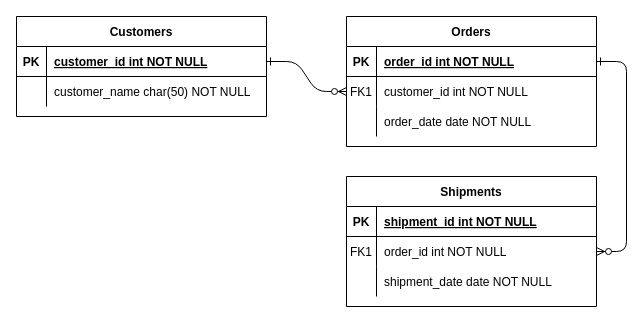
This is ERD2.drawio from bensolo12/Databases2, a draw.io file, before an edit. Source tidied: cells renumbered, new cells numbered last; positions are measured from the earlier drawing's top-left corner, leaving out a move shared by most shapes. Both pictures are drawn from the tidied source at 100%, with x=0, y=0 at pixel (16, 16).
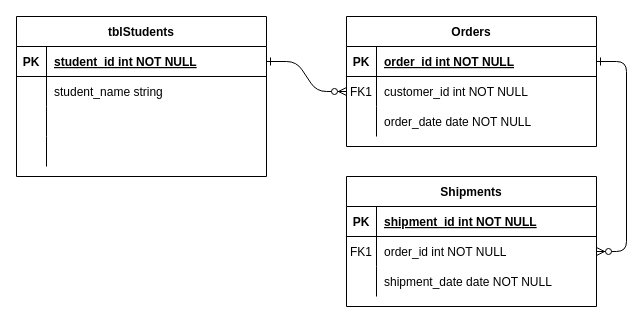
The same page after the edit.

Unchanged cells that the change refers to:
```xml
<mxCell id="25" style="shape=partialRectangle;fillColor=none;points=[[0,0.5],[1,0.5]];portConstraint=eastwest;top=0;left=0;right=0;bottom=1;" parent="24" vertex="1">
  <mxGeometry y="30" width="250" height="30" as="geometry" />
</mxCell>
<mxCell id="28" style="shape=partialRectangle;fillColor=none;top=0;left=0;right=0;bottom=0;" parent="24" vertex="1">
  <mxGeometry y="60" width="250" height="30" as="geometry" />
</mxCell>
```

The edit, as a diff of the source:
```diff
@@
-    <mxCell id="24" value="Customers" style="shape=table;startSize=30;childLayout=tableLayout;rowLines=0;fontStyle=1;align=center;" parent="1" vertex="1">
-      <mxGeometry width="250" height="100" as="geometry" />
+    <mxCell id="24" value="tblStudents" style="shape=table;startSize=30;childLayout=tableLayout;rowLines=0;fontStyle=1;align=center;" parent="1" vertex="1">
+      <mxGeometry width="250" height="160" as="geometry" />
     </mxCell>
@@
-    <mxCell id="27" value="customer_id int NOT NULL " style="shape=partialRectangle;overflow=hidden;fillColor=none;top=0;left=0;bottom=0;right=0;align=left;spacingLeft=6;fontStyle=5;" parent="25" vertex="1">
+    <mxCell id="27" value="student_id int NOT NULL " style="shape=partialRectangle;overflow=hidden;fillColor=none;top=0;left=0;bottom=0;right=0;align=left;spacingLeft=6;fontStyle=5;" parent="25" vertex="1">
       <mxGeometry x="30" width="220" height="30" as="geometry" />
     </mxCell>
@@
-    <mxCell id="30" value="customer_name char(50) NOT NULL" style="shape=partialRectangle;overflow=hidden;fillColor=none;top=0;left=0;bottom=0;right=0;align=left;spacingLeft=6;" parent="28" vertex="1">
+    <mxCell id="30" value="student_name string " style="shape=partialRectangle;overflow=hidden;fillColor=none;top=0;left=0;bottom=0;right=0;align=left;spacingLeft=6;" parent="28" vertex="1">
       <mxGeometry x="30" width="220" height="30" as="geometry" />
     </mxCell>
+    <mxCell id="31" style="shape=partialRectangle;fillColor=none;top=0;left=0;right=0;bottom=0;" parent="24" vertex="1">
+      <mxGeometry y="90" width="250" height="30" as="geometry" />
+    </mxCell>
+    <mxCell id="32" style="shape=partialRectangle;overflow=hidden;fillColor=none;top=0;left=0;bottom=0;right=0;" parent="31" vertex="1">
+      <mxGeometry width="30" height="30" as="geometry" />
+    </mxCell>
+    <mxCell id="33" style="shape=partialRectangle;overflow=hidden;fillColor=none;top=0;left=0;bottom=0;right=0;align=left;spacingLeft=6;" parent="31" vertex="1">
+      <mxGeometry x="30" width="220" height="30" as="geometry" />
+    </mxCell>
+    <mxCell id="34" style="shape=partialRectangle;fillColor=none;top=0;left=0;right=0;bottom=0;" parent="24" vertex="1">
+      <mxGeometry y="120" width="250" height="30" as="geometry" />
+    </mxCell>
+    <mxCell id="35" style="shape=partialRectangle;overflow=hidden;fillColor=none;top=0;left=0;bottom=0;right=0;" parent="34" vertex="1">
+      <mxGeometry width="30" height="30" as="geometry" />
+    </mxCell>
+    <mxCell id="36" style="shape=partialRectangle;overflow=hidden;fillColor=none;top=0;left=0;bottom=0;right=0;align=left;spacingLeft=6;" parent="34" vertex="1">
+      <mxGeometry x="30" width="220" height="30" as="geometry" />
+    </mxCell>
```
